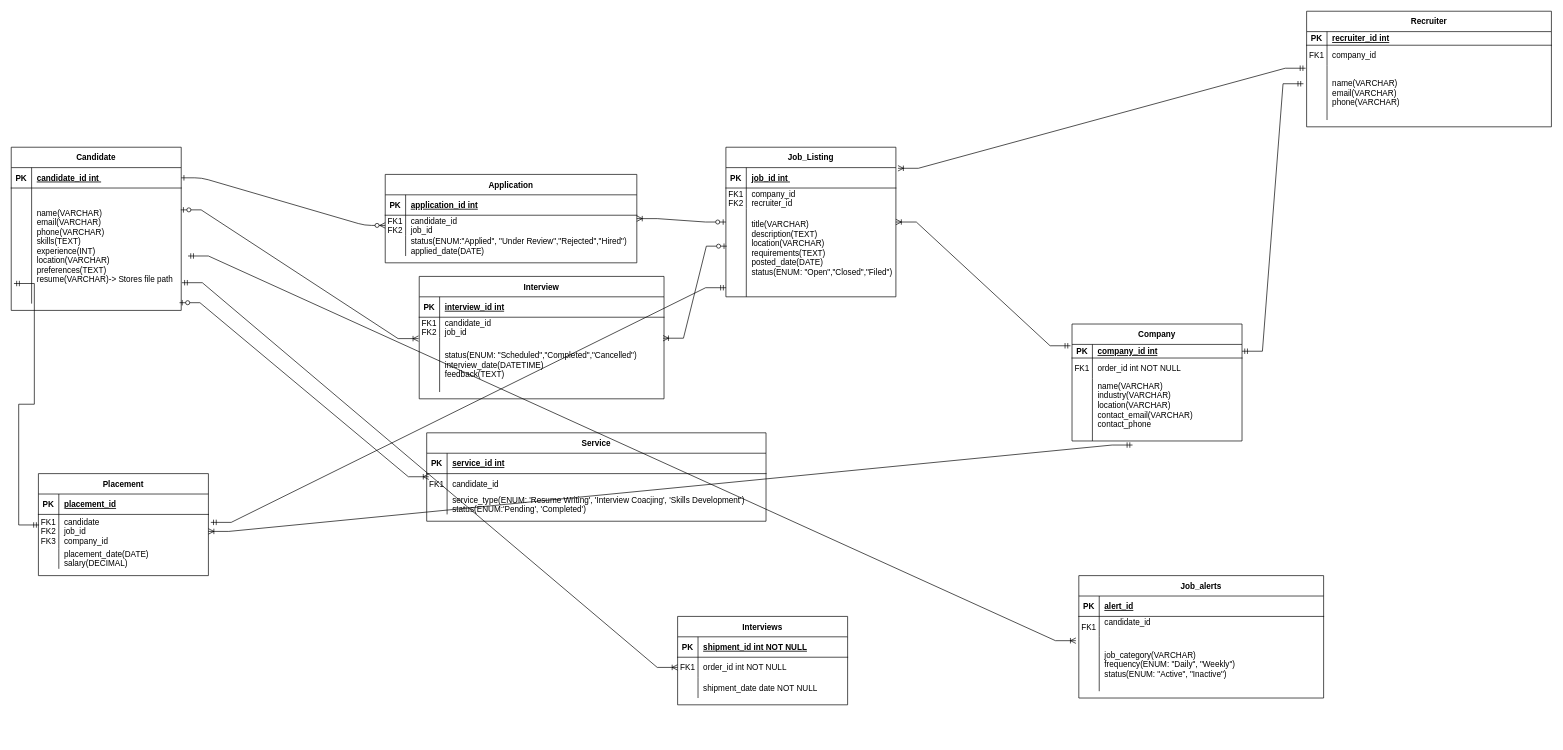
Above: Diagramă fără titlu.drawio in gabriela2002new/Gabriela_Cretu_SP25 (draw.io), before the change. Source tidied: cells renumbered, new cells numbered last; positions are measured from the earlier drawing's top-left corner, leaving out a move shared by most shapes. Both pictures are drawn from the tidied source at 68%, with x=0, y=0 at pixel (11, 11).
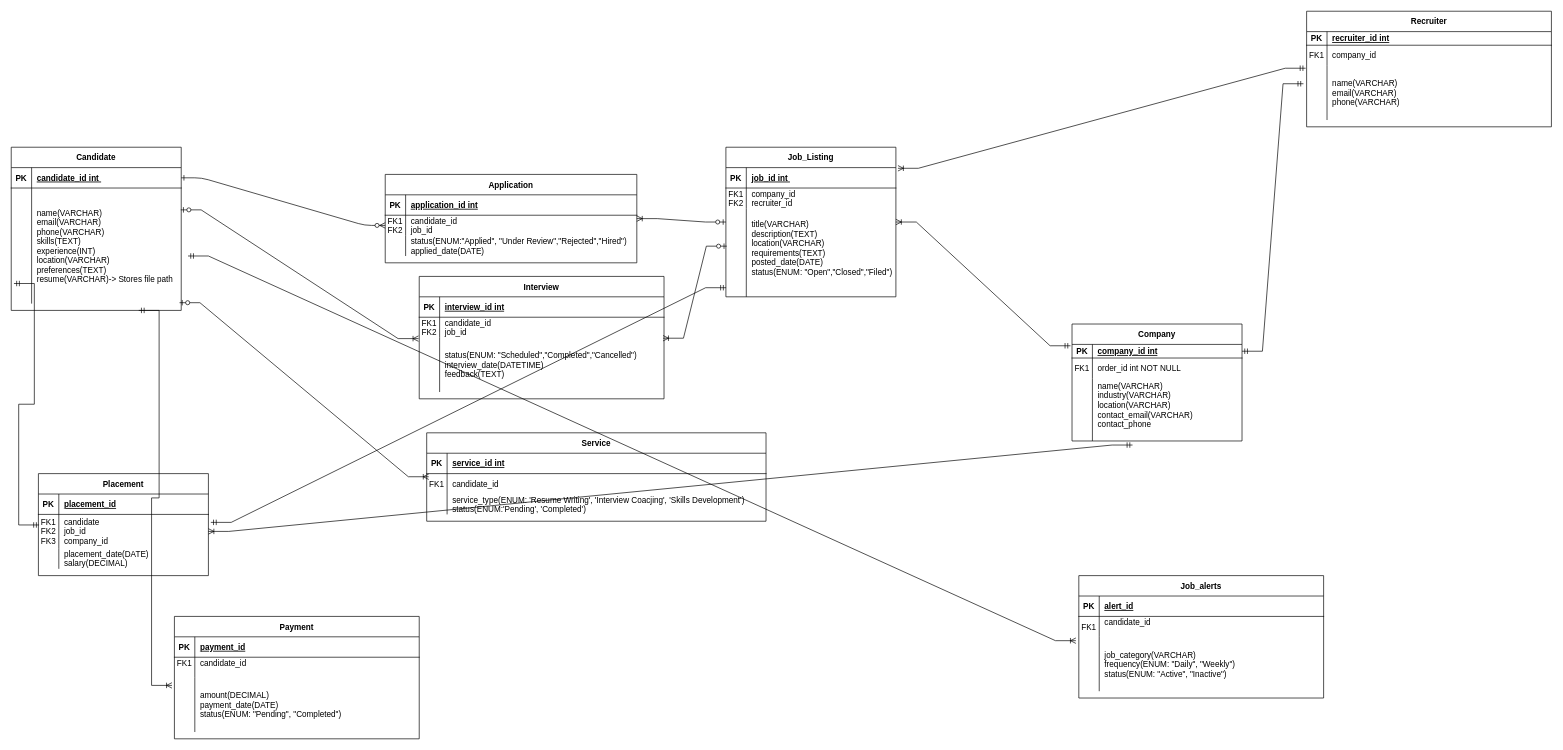
The same page after the edit.

Unchanged cells that the change refers to:
```xml
<mxCell id="23" value="Candidate" style="shape=table;startSize=30;childLayout=tableLayout;rowLines=0;fontStyle=1;align=center;" parent="1" vertex="1">
  <mxGeometry y="200" width="250" height="240" as="geometry" />
</mxCell>
<mxCell id="27" style="shape=partialRectangle;fillColor=none;points=[[0,0.5],[1,0.5]];portConstraint=eastwest;top=0;left=0;right=0;bottom=0;" parent="23" vertex="1">
  <mxGeometry y="60" width="250" height="170" as="geometry" />
</mxCell>
```

Diff of the diagram source:
```diff
@@
-    <mxCell id="75" value="Interviews" style="shape=table;startSize=30;childLayout=tableLayout;rowLines=0;fontStyle=1;align=center;" parent="1" vertex="1">
-      <mxGeometry x="980" y="890" width="250" height="130" as="geometry" />
-    </mxCell>
-    <mxCell id="76" style="shape=partialRectangle;fillColor=none;top=0;left=0;right=0;bottom=1;" parent="75" vertex="1">
-      <mxGeometry y="30" width="250" height="30" as="geometry" />
-    </mxCell>
-    <mxCell id="77" value="PK" style="shape=partialRectangle;overflow=hidden;fillColor=none;top=0;left=0;bottom=0;right=0;fontStyle=1;" parent="76" vertex="1">
-      <mxGeometry width="30" height="30" as="geometry" />
-    </mxCell>
-    <mxCell id="78" value="shipment_id int NOT NULL " style="shape=partialRectangle;overflow=hidden;fillColor=none;top=0;left=0;bottom=0;right=0;align=left;spacingLeft=6;fontStyle=5;" parent="76" vertex="1">
-      <mxGeometry x="30" width="220" height="30" as="geometry" />
-    </mxCell>
-    <mxCell id="79" style="shape=partialRectangle;fillColor=none;points=[[0,0.5],[1,0.5]];portConstraint=eastwest;top=0;left=0;right=0;bottom=0;" parent="75" vertex="1">
-      <mxGeometry y="60" width="250" height="30" as="geometry" />
-    </mxCell>
-    <mxCell id="80" value="FK1" style="shape=partialRectangle;overflow=hidden;fillColor=none;top=0;left=0;bottom=0;right=0;" parent="79" vertex="1">
-      <mxGeometry width="30" height="30" as="geometry" />
-    </mxCell>
-    <mxCell id="81" value="order_id int NOT NULL" style="shape=partialRectangle;overflow=hidden;fillColor=none;top=0;left=0;bottom=0;right=0;align=left;spacingLeft=6;" parent="79" vertex="1">
-      <mxGeometry x="30" width="220" height="30" as="geometry" />
-    </mxCell>
-    <mxCell id="82" style="shape=partialRectangle;fillColor=none;top=0;left=0;right=0;bottom=0;" parent="75" vertex="1">
-      <mxGeometry y="90" width="250" height="30" as="geometry" />
-    </mxCell>
-    <mxCell id="83" style="shape=partialRectangle;overflow=hidden;fillColor=none;top=0;left=0;bottom=0;right=0;" parent="82" vertex="1">
-      <mxGeometry width="30" height="30" as="geometry" />
-    </mxCell>
-    <mxCell id="84" value="shipment_date date NOT NULL" style="shape=partialRectangle;overflow=hidden;fillColor=none;top=0;left=0;bottom=0;right=0;align=left;spacingLeft=6;" parent="82" vertex="1">
-      <mxGeometry x="30" width="220" height="30" as="geometry" />
-    </mxCell>
@@
-    <mxCell id="111" style="edgeStyle=entityRelationEdgeStyle;fontSize=12;html=1;endArrow=ERoneToMany;startArrow=ERmandOne;rounded=0;entryX=0;entryY=0.5;entryDx=0;entryDy=0;exitX=1.004;exitY=0.819;exitDx=0;exitDy=0;exitPerimeter=0;" parent="1" edge="1" source="27" target="79">
-      <mxGeometry relative="1" as="geometry" />
-    </mxCell>
+    <mxCell id="112" value="Payment" style="shape=table;startSize=30;childLayout=tableLayout;rowLines=0;fontStyle=1;align=center;" parent="1" vertex="1">
+      <mxGeometry x="240" y="890" width="360" height="180" as="geometry" />
+    </mxCell>
+    <mxCell id="113" style="shape=partialRectangle;fillColor=none;top=0;left=0;right=0;bottom=1;" parent="112" vertex="1">
+      <mxGeometry y="30" width="360" height="30" as="geometry" />
+    </mxCell>
+    <mxCell id="77" value="PK" style="shape=partialRectangle;overflow=hidden;fillColor=none;top=0;left=0;bottom=0;right=0;fontStyle=1;" parent="113" vertex="1">
+      <mxGeometry width="30" height="30" as="geometry" />
+    </mxCell>
+    <mxCell id="114" value="payment_id" style="shape=partialRectangle;overflow=hidden;fillColor=none;top=0;left=0;bottom=0;right=0;align=left;spacingLeft=6;fontStyle=5;" parent="113" vertex="1">
+      <mxGeometry x="30" width="330" height="30" as="geometry" />
+    </mxCell>
+    <mxCell id="115" style="shape=partialRectangle;fillColor=none;top=0;left=0;right=0;bottom=0;" parent="112" vertex="1">
+      <mxGeometry y="60" width="360" height="30" as="geometry" />
+    </mxCell>
+    <mxCell id="80" value="FK1&#10;" style="shape=partialRectangle;overflow=hidden;fillColor=none;top=0;left=0;bottom=0;right=0;" parent="115" vertex="1">
+      <mxGeometry width="30" height="30" as="geometry" />
+    </mxCell>
+    <mxCell id="116" value="candidate_id &#10;" style="shape=partialRectangle;overflow=hidden;fillColor=none;top=0;left=0;bottom=0;right=0;align=left;spacingLeft=6;" parent="115" vertex="1">
+      <mxGeometry x="30" width="330" height="30" as="geometry" />
+    </mxCell>
+    <mxCell id="117" style="shape=partialRectangle;fillColor=none;points=[[0,0.5],[1,0.5]];portConstraint=eastwest;top=0;left=0;right=0;bottom=0;" parent="112" vertex="1">
+      <mxGeometry y="90" width="360" height="80" as="geometry" />
+    </mxCell>
+    <mxCell id="118" style="shape=partialRectangle;overflow=hidden;fillColor=none;top=0;left=0;bottom=0;right=0;" parent="117" vertex="1">
+      <mxGeometry width="30" height="80" as="geometry" />
+    </mxCell>
+    <mxCell id="119" value="amount(DECIMAL)&#10;payment_date(DATE)&#10;status(ENUM: &quot;Pending&quot;, &quot;Completed&quot;)" style="shape=partialRectangle;overflow=hidden;fillColor=none;top=0;left=0;bottom=0;right=0;align=left;spacingLeft=6;" parent="117" vertex="1">
+      <mxGeometry x="30" width="330" height="80" as="geometry" />
+    </mxCell>
+    <mxCell id="120" style="edgeStyle=entityRelationEdgeStyle;fontSize=12;html=1;endArrow=ERoneToMany;startArrow=ERmandOne;rounded=0;entryX=-0.01;entryY=0.143;entryDx=0;entryDy=0;entryPerimeter=0;exitX=0.75;exitY=1;exitDx=0;exitDy=0;" parent="1" edge="1" source="23" target="117">
+      <mxGeometry relative="1" as="geometry" />
+    </mxCell>
```
